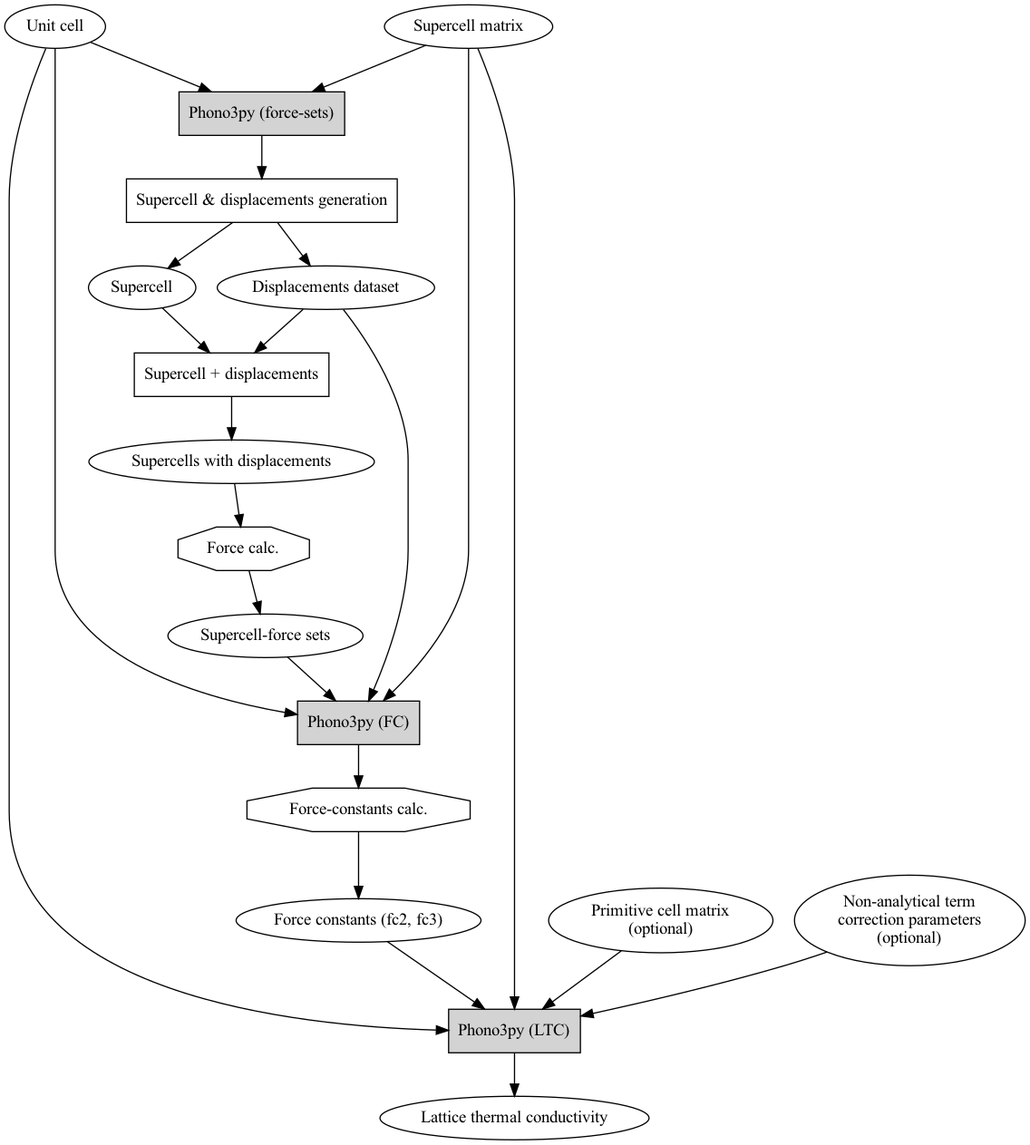
This is doc/procedure.png from phonopy/phono3py, a Graphviz export, as it was before one commit. Its source is kept beside it as doc/_static/procedure.dot.
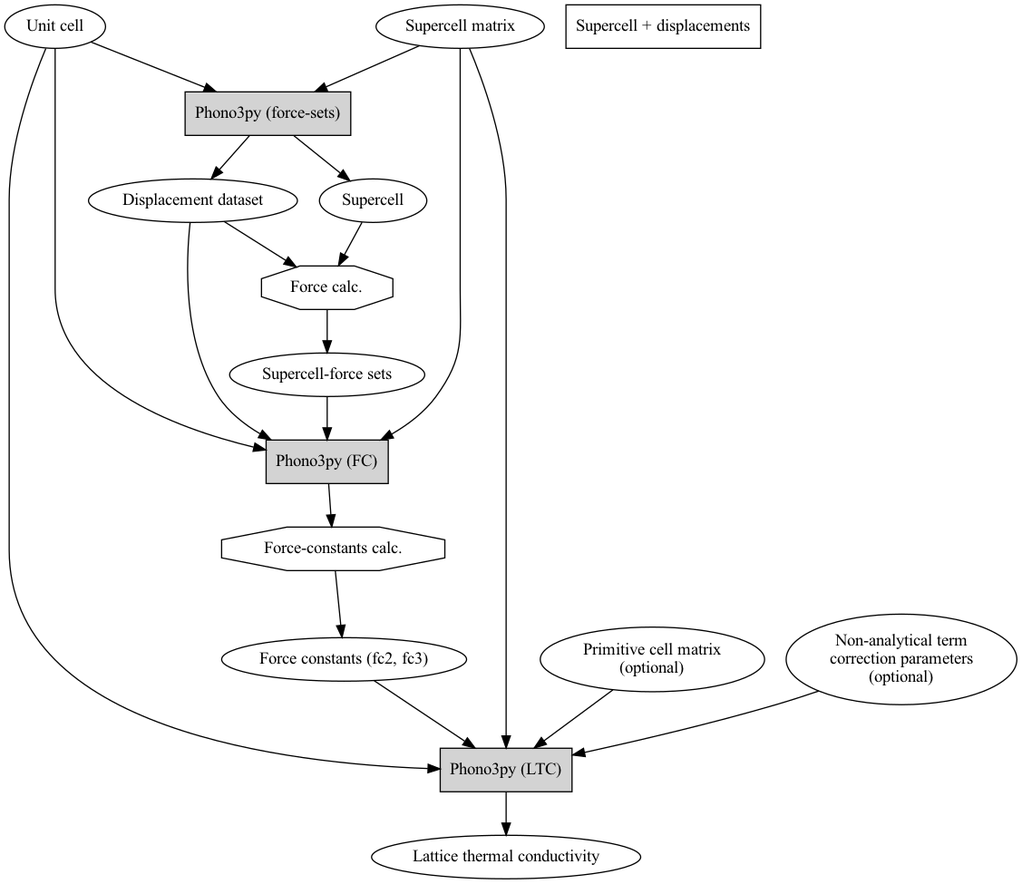
After the change.

The edit, as a diff of the source:
```diff
@@ -4,28 +4,23 @@
   "Phono3py (FC)" [shape = box, style = filled];
   "Phono3py (LTC)" [shape = box, style = filled];
   "Supercell + displacements" [shape = box];
-  "Supercell & displacements generation" [shape = box];
   "Force calc." [shape = octagon];
   "Force-constants calc." [shape = octagon];
 
   subgraph ph3force {
   "Unit cell" -> "Phono3py (force-sets)";
   "Supercell matrix" -> "Phono3py (force-sets)";
-  "Phono3py (force-sets)" -> "Supercell & displacements generation";
-  "Supercell & displacements generation" -> "Displacements dataset";
-  "Supercell & displacements generation" -> "Supercell";
-  "Supercell & displacements generation"
-  "Supercell" -> "Supercell + displacements";
-  "Displacements dataset" -> "Supercell + displacements";
-  "Supercell + displacements" -> "Supercells with displacements";
-  "Supercells with displacements" -> "Force calc.";
+  "Phono3py (force-sets)" -> "Supercell";
+  "Phono3py (force-sets)" -> "Displacement dataset";
+  "Supercell" -> "Force calc.";
+  "Displacement dataset" -> "Force calc.";
   "Force calc." -> "Supercell-force sets";
   }
 
   subgraph ph3fc {
   "Unit cell" -> "Phono3py (FC)";
   "Supercell matrix" -> "Phono3py (FC)";
-  "Displacements dataset" -> "Phono3py (FC)";
+  "Displacement dataset" -> "Phono3py (FC)";
   "Supercell-force sets" -> "Phono3py (FC)";
   "Phono3py (FC)" -> "Force-constants calc.";
   "Force-constants calc." -> "Force constants (fc2, fc3)";
```
